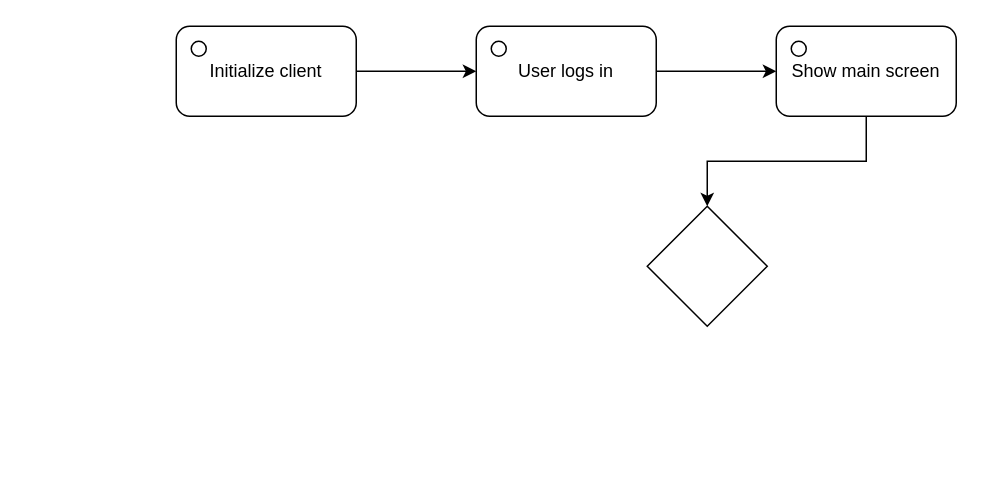
The draw.io diagram page "Main" (1 of 2) of Process.drawio in Arc891/HackerChat, before the edit. Source tidied: cells renumbered, new cells numbered last; positions are measured from the earlier drawing's top-left corner, leaving out a move shared by most shapes. Both pictures are drawn from the tidied source at 150%, with x=0, y=0 at pixel (176, 26).
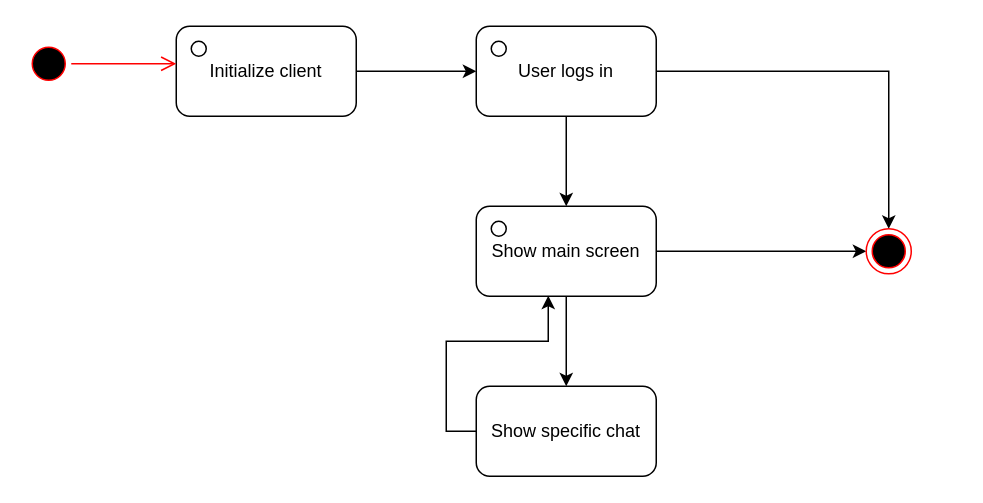
The same page after the edit.

Commit message:
Specified Initialize Client

Change to the diagram source:
```diff
@@
 <mxGraphModel>
   <root>
     <mxCell id="0" />
     <mxCell id="1" parent="0" />
     <mxCell id="2" value="Initialize client" style="rounded=1;whiteSpace=wrap;html=1;" parent="1" vertex="1">
       <mxGeometry width="120" height="60" as="geometry" />
     </mxCell>
-    <mxCell id="3" style="edgeStyle=orthogonalEdgeStyle;rounded=0;jettySize=auto;html=1;exitX=1;exitY=0.5;exitDx=0;exitDy=0;entryX=0;entryY=0.5;entryDx=0;entryDy=0;" parent="1" edge="1" source="4" target="6">
+    <mxCell id="3" style="edgeStyle=orthogonalEdgeStyle;rounded=0;jettySize=auto;html=1;exitX=0.5;exitY=1;exitDx=0;exitDy=0;entryX=0.5;entryY=0;entryDx=0;entryDy=0;" parent="1" edge="1" source="4" target="6">
       <mxGeometry relative="1" as="geometry" />
     </mxCell>
+    <mxCell id="12" style="edgeStyle=orthogonalEdgeStyle;rounded=0;jettySize=auto;html=1;exitX=1;exitY=0.5;exitDx=0;exitDy=0;entryX=0.5;entryY=0;entryDx=0;entryDy=0;" parent="1" edge="1" source="4" target="16">
+      <mxGeometry relative="1" as="geometry" />
+    </mxCell>
     <mxCell id="4" value="User logs in" style="rounded=1;whiteSpace=wrap;html=1;" parent="1" vertex="1">
       <mxGeometry x="200" width="120" height="60" as="geometry" />
     </mxCell>
-    <mxCell id="5" style="edgeStyle=orthogonalEdgeStyle;rounded=0;jettySize=auto;html=1;exitX=0.5;exitY=1;exitDx=0;exitDy=0;entryX=0.5;entryY=0;entryDx=0;entryDy=0;" parent="1" edge="1" source="6" target="8">
+    <mxCell id="5" style="edgeStyle=orthogonalEdgeStyle;rounded=0;jettySize=auto;html=1;exitX=1;exitY=0.5;exitDx=0;exitDy=0;entryX=0;entryY=0.5;entryDx=0;entryDy=0;" parent="1" edge="1" source="6" target="16">
       <mxGeometry relative="1" as="geometry" />
     </mxCell>
+    <mxCell id="7" style="endArrow=classic;html=1;rounded=0;exitX=1;exitY=0.5;exitDx=0;exitDy=0;entryX=0;entryY=0.5;entryDx=0;entryDy=0;" parent="1" edge="1" source="2" target="4">
+      <mxGeometry relative="1" as="geometry" />
+    </mxCell>
+    <mxCell id="9" style="ellipse;whiteSpace=wrap;html=1;" parent="1" vertex="1">
+      <mxGeometry x="10" y="10" width="10" height="10" as="geometry" />
+    </mxCell>
+    <mxCell id="13" style="edgeStyle=orthogonalEdgeStyle;rounded=0;jettySize=auto;html=1;exitX=0.5;exitY=1;exitDx=0;exitDy=0;entryX=0.5;entryY=0;entryDx=0;entryDy=0;" parent="1" edge="1" source="6" target="18">
+      <mxGeometry relative="1" as="geometry" />
+    </mxCell>
     <mxCell id="6" value="Show main screen" style="rounded=1;whiteSpace=wrap;html=1;" parent="1" vertex="1">
-      <mxGeometry x="400" width="120" height="60" as="geometry" />
+      <mxGeometry x="200" y="120" width="120" height="60" as="geometry" />
     </mxCell>
-    <mxCell id="7" style="endArrow=classic;html=1;rounded=0;exitX=1;exitY=0.5;exitDx=0;exitDy=0;entryX=0;entryY=0.5;entryDx=0;entryDy=0;" parent="1" edge="1" source="2" target="4">
-      <mxGeometry relative="1" as="geometry" />
-    </mxCell>
-    <mxCell id="8" style="rhombus;whiteSpace=wrap;html=1;" parent="1" vertex="1">
-      <mxGeometry x="314" y="120" width="80" height="80" as="geometry" />
-    </mxCell>
-    <mxCell id="9" style="ellipse;whiteSpace=wrap;html=1;" parent="1" vertex="1">
-      <mxGeometry x="10" y="10" width="10" height="10" as="geometry" />
-    </mxCell>
-    <mxCell id="10" style="ellipse;whiteSpace=wrap;html=1;" parent="1" vertex="1">
-      <mxGeometry x="210" y="10" width="10" height="10" as="geometry" />
-    </mxCell>
-    <mxCell id="11" style="ellipse;whiteSpace=wrap;html=1;" parent="1" vertex="1">
-      <mxGeometry x="410" y="10" width="10" height="10" as="geometry" />
-    </mxCell>
+    <mxCell id="14" style="ellipse;whiteSpace=wrap;html=1;" parent="1" vertex="1">
+      <mxGeometry x="210" y="10" width="10" height="10" as="geometry" />
+    </mxCell>
+    <mxCell id="15" style="ellipse;whiteSpace=wrap;html=1;" parent="1" vertex="1">
+      <mxGeometry x="210" y="130" width="10" height="10" as="geometry" />
+    </mxCell>
+    <mxCell id="16" style="ellipse;html=1;shape=endState;fillColor=#000000;strokeColor=#ff0000;" parent="1" vertex="1">
+      <mxGeometry x="460" y="135" width="30" height="30" as="geometry" />
+    </mxCell>
+    <mxCell id="17" style="edgeStyle=orthogonalEdgeStyle;rounded=0;jettySize=auto;html=1;exitX=0;exitY=0.5;exitDx=0;exitDy=0;entryX=0.4;entryY=0.994;entryDx=0;entryDy=0;entryPerimeter=0;" parent="1" edge="1" source="18" target="6">
+      <mxGeometry relative="1" as="geometry" />
+    </mxCell>
+    <mxCell id="18" value="Show specific chat" style="rounded=1;whiteSpace=wrap;html=1;" parent="1" vertex="1">
+      <mxGeometry x="200" y="240" width="120" height="60" as="geometry" />
+    </mxCell>
+    <mxCell id="19" style="ellipse;html=1;shape=startState;fillColor=#000000;strokeColor=#ff0000;" parent="1" vertex="1">
+      <mxGeometry x="-100" y="10" width="30" height="30" as="geometry" />
+    </mxCell>
+    <mxCell id="20" style="edgeStyle=orthogonalEdgeStyle;html=1;verticalAlign=bottom;endArrow=open;endSize=8;strokeColor=#ff0000;rounded=0;entryX=0;entryY=0.5;entryDx=0;entryDy=0;" parent="1" edge="1" source="19">
+      <mxGeometry relative="1" as="geometry">
+        <mxPoint y="25" as="targetPoint" />
+      </mxGeometry>
+    </mxCell>
   </root>
 </mxGraphModel>
```
